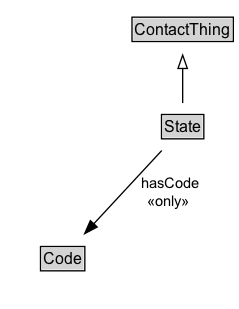
The Graphviz diagram docs/diagrams/State.dot.png in ISO-TC204/ontology-cdm-p2-v1, before a commit. Its source is kept beside it as docs/diagrams/State.dot. Source of this version:
```dot
digraph {
	graph [overlap=false rankdir=TB splines=true]
	node [fontname=Arial fontsize=12 margin=0 shape=none]
	edge [fontname=Arial fontsize=11]
	{
		rank=max
		State [label=<<TABLE BORDER="1" CELLBORDER="0" CELLSPACING="0" CELLPADDING="1"><TR><TD BGCOLOR="lightgray" ALIGN="CENTER" PORT="e">State</TD></TR></TABLE>> URL="../State.md" margin=0]
	}
	subgraph cluster_associated {
		label="" style=invis
		Invis [label=<<TABLE BORDER="0" CELLBORDER="0" CELLSPACING="0" CELLPADDING="1"><TR><TD></TD></TR></TABLE>> margin=0 style=invis]
		Code [label=<<TABLE BORDER="1" CELLBORDER="0" CELLSPACING="0" CELLPADDING="1"><TR><TD BGCOLOR="lightgray" ALIGN="CENTER">Code</TD></TR></TABLE>> URL="../Code.md" margin=0]
	}
	ContactThing [label=<<TABLE BORDER="1" CELLBORDER="0" CELLSPACING="0" CELLPADDING="1"><TR><TD BGCOLOR="lightgray" ALIGN="CENTER">ContactThing</TD></TR></TABLE>> URL="../ContactThing.md" margin=0]
	State -> ContactThing [arrowhead=onormal style=solid]
	State -> Invis [style=invis]
	Invis -> Code [style=invis]
	State -> Code [label=" hasCode
 «only»  " arrowhead=normal style=solid]
}
```
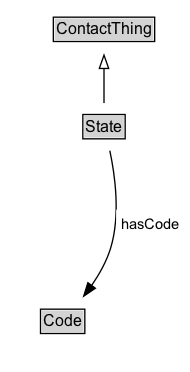
After the change.

The edit, as a diff of the source:
```diff
@@ -3,18 +3,21 @@
 	node [fontname=Arial fontsize=12 margin=0 shape=none]
 	edge [fontname=Arial fontsize=11]
 	{
+		rank=source
+		ContactThing [label=<<TABLE BORDER="1" CELLBORDER="0" CELLSPACING="0" CELLPADDING="1"><TR><TD BGCOLOR="lightgray" ALIGN="CENTER">ContactThing</TD></TR></TABLE>> URL="../ContactThing" margin=0]
+	}
+	State [label=<<TABLE BORDER="1" CELLBORDER="0" CELLSPACING="0" CELLPADDING="1"><TR><TD BGCOLOR="lightgray" ALIGN="CENTER">State</TD></TR></TABLE>> URL="../State" margin=0]
+	{
 		rank=max
-		State [label=<<TABLE BORDER="1" CELLBORDER="0" CELLSPACING="0" CELLPADDING="1"><TR><TD BGCOLOR="lightgray" ALIGN="CENTER" PORT="e">State</TD></TR></TABLE>> URL="../State.md" margin=0]
 	}
 	subgraph cluster_associated {
 		label="" style=invis
 		Invis [label=<<TABLE BORDER="0" CELLBORDER="0" CELLSPACING="0" CELLPADDING="1"><TR><TD></TD></TR></TABLE>> margin=0 style=invis]
-		Code [label=<<TABLE BORDER="1" CELLBORDER="0" CELLSPACING="0" CELLPADDING="1"><TR><TD BGCOLOR="lightgray" ALIGN="CENTER">Code</TD></TR></TABLE>> URL="../Code.md" margin=0]
+		Code [label=<<TABLE BORDER="1" CELLBORDER="0" CELLSPACING="0" CELLPADDING="1"><TR><TD BGCOLOR="lightgray" ALIGN="CENTER">Code</TD></TR></TABLE>> URL="../Code" margin=0]
 	}
-	ContactThing [label=<<TABLE BORDER="1" CELLBORDER="0" CELLSPACING="0" CELLPADDING="1"><TR><TD BGCOLOR="lightgray" ALIGN="CENTER">ContactThing</TD></TR></TABLE>> URL="../ContactThing.md" margin=0]
 	State -> ContactThing [arrowhead=onormal style=solid]
 	State -> Invis [style=invis]
 	Invis -> Code [style=invis]
-	State -> Code [label=" hasCode
- «only»  " arrowhead=normal style=solid]
+	Code [label=<<TABLE BORDER="1" CELLBORDER="0" CELLSPACING="0" CELLPADDING="1"><TR><TD BGCOLOR="lightgray" ALIGN="CENTER">Code</TD></TR></TABLE>> URL="../Code" margin=0]
+	State -> Code [label=<<TABLE BORDER="0" CELLBORDER="0" CELLSPACING="0" CELLPADDING="4" BGCOLOR="white"><TR><TD ALIGN="CENTER">hasCode</TD></TR></TABLE>> arrowhead=normal style=solid]
 }
```
